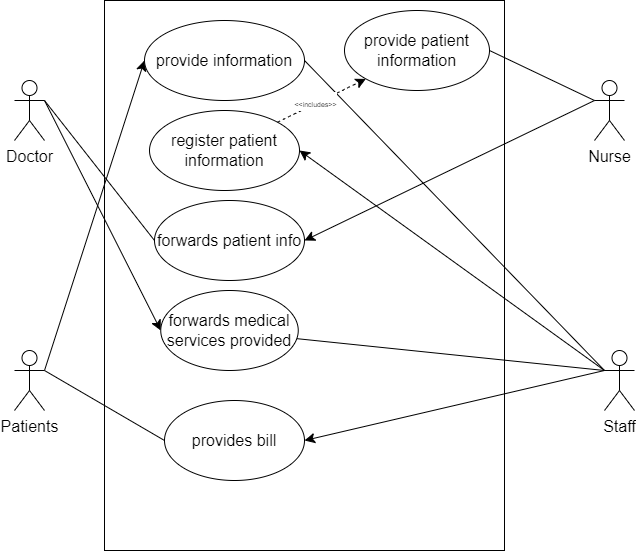
Earlier version of the draw.io export Hospital.drawio.png (prasai-ap/system-modeling). Source tidied: cells renumbered, new cells last; positions are measured from the earlier drawing's top-left corner, leaving out a move shared by most shapes.
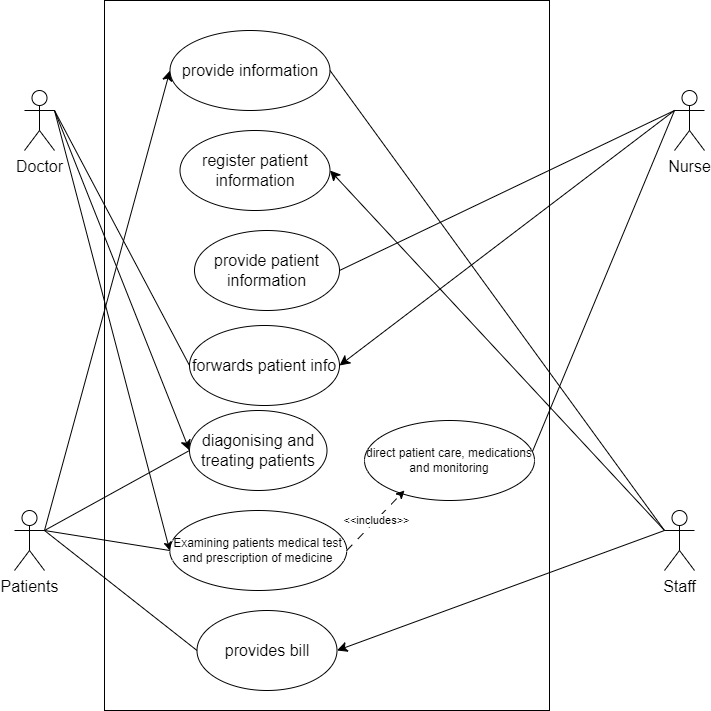
Later version of the same file.

The edit, as a diff of the source:
```diff
@@ -2,70 +2,59 @@
   <root>
     <mxCell id="0" />
     <mxCell id="1" parent="0" />
-    <mxCell id="2" style="rounded=0;whiteSpace=wrap;html=1;fontSize=16;" parent="1" vertex="1">
-      <mxGeometry x="90" width="400" height="550" as="geometry" />
-    </mxCell>
-    <mxCell id="3" style="edgeStyle=none;curved=1;rounded=0;jettySize=auto;html=1;exitX=1;exitY=0.3333333333333333;exitDx=0;exitDy=0;exitPerimeter=0;entryX=0;entryY=0.5;entryDx=0;entryDy=0;fontSize=12;startSize=8;endSize=8;" parent="1" edge="1" source="4" target="20">
-      <mxGeometry relative="1" as="geometry" />
-    </mxCell>
+    <mxCell id="25" style="rounded=0;whiteSpace=wrap;html=1;fontSize=16;" parent="1" vertex="1">
+      <mxGeometry x="110" y="450" width="445" height="710" as="geometry" />
+    </mxCell>
+    <mxCell id="26" style="edgeStyle=none;curved=1;rounded=0;jettySize=auto;html=1;exitX=1;exitY=0.3333333333333333;exitDx=0;exitDy=0;exitPerimeter=0;entryX=0;entryY=0.5;entryDx=0;entryDy=0;fontSize=12;startSize=8;endSize=8;" parent="1" edge="1" source="4" target="27">
+      <mxGeometry relative="1" as="geometry" />
+    </mxCell>
     <mxCell id="4" value="Doctor" style="shape=umlActor;verticalLabelPosition=bottom;verticalAlign=top;html=1;outlineConnect=0;fontSize=16;" parent="1" vertex="1">
-      <mxGeometry y="80" width="30" height="60" as="geometry" />
+      <mxGeometry x="30" y="540" width="30" height="60" as="geometry" />
     </mxCell>
     <mxCell id="5" style="edgeStyle=none;curved=1;rounded=0;jettySize=auto;html=1;exitX=1;exitY=0.3333333333333333;exitDx=0;exitDy=0;exitPerimeter=0;entryX=0;entryY=0.5;entryDx=0;entryDy=0;fontSize=12;startSize=8;endSize=8;" parent="1" edge="1" source="6" target="11">
       <mxGeometry relative="1" as="geometry" />
     </mxCell>
     <mxCell id="6" value="Patients" style="shape=umlActor;verticalLabelPosition=bottom;verticalAlign=top;html=1;outlineConnect=0;fontSize=16;" parent="1" vertex="1">
-      <mxGeometry y="350" width="30" height="60" as="geometry" />
+      <mxGeometry x="20" y="960" width="30" height="60" as="geometry" />
     </mxCell>
     <mxCell id="7" style="edgeStyle=none;curved=1;rounded=0;jettySize=auto;html=1;exitX=0;exitY=0.3333333333333333;exitDx=0;exitDy=0;exitPerimeter=0;entryX=1;entryY=0.5;entryDx=0;entryDy=0;fontSize=12;startSize=8;endSize=8;" parent="1" edge="1" source="8" target="18">
       <mxGeometry relative="1" as="geometry" />
     </mxCell>
     <mxCell id="8" value="Nurse" style="shape=umlActor;verticalLabelPosition=bottom;verticalAlign=top;html=1;outlineConnect=0;fontSize=16;" parent="1" vertex="1">
-      <mxGeometry x="580" y="80" width="30" height="60" as="geometry" />
+      <mxGeometry x="680" y="540" width="30" height="60" as="geometry" />
     </mxCell>
     <mxCell id="9" style="edgeStyle=none;curved=1;rounded=0;jettySize=auto;html=1;exitX=0;exitY=0.3333333333333333;exitDx=0;exitDy=0;exitPerimeter=0;entryX=1;entryY=0.5;entryDx=0;entryDy=0;fontSize=12;startSize=8;endSize=8;" parent="1" edge="1" source="10" target="12">
       <mxGeometry relative="1" as="geometry" />
     </mxCell>
     <mxCell id="10" value="Staff" style="shape=umlActor;verticalLabelPosition=bottom;verticalAlign=top;html=1;outlineConnect=0;fontSize=16;" parent="1" vertex="1">
-      <mxGeometry x="590" y="350" width="30" height="60" as="geometry" />
+      <mxGeometry x="670" y="960" width="30" height="60" as="geometry" />
     </mxCell>
     <mxCell id="11" value="provide information" style="ellipse;whiteSpace=wrap;html=1;fontSize=16;" parent="1" vertex="1">
-      <mxGeometry x="130" y="20" width="160" height="80" as="geometry" />
+      <mxGeometry x="175.5" y="480" width="160" height="80" as="geometry" />
     </mxCell>
     <mxCell id="12" value="register patient information" style="ellipse;whiteSpace=wrap;html=1;fontSize=16;" parent="1" vertex="1">
-      <mxGeometry x="135" y="110" width="150" height="80" as="geometry" />
+      <mxGeometry x="185.5" y="580" width="150" height="80" as="geometry" />
     </mxCell>
     <mxCell id="13" style="endArrow=none;html=1;rounded=0;fontSize=12;startSize=8;endSize=8;curved=1;exitX=1;exitY=0.5;exitDx=0;exitDy=0;entryX=0;entryY=0.3333333333333333;entryDx=0;entryDy=0;entryPerimeter=0;" parent="1" edge="1" source="11" target="10">
       <mxGeometry relative="1" as="geometry" />
     </mxCell>
     <mxCell id="14" value="provide patient information" style="ellipse;whiteSpace=wrap;html=1;fontSize=16;" parent="1" vertex="1">
-      <mxGeometry x="330" y="10" width="145" height="80" as="geometry" />
+      <mxGeometry x="200" y="680" width="145" height="80" as="geometry" />
     </mxCell>
-    <mxCell id="15" style="endArrow=classic;html=1;rounded=0;fontSize=12;startSize=8;endSize=8;curved=1;exitX=1;exitY=0;exitDx=0;exitDy=0;entryX=0;entryY=1;entryDx=0;entryDy=0;dashed=1;" parent="1" edge="1" source="12" target="14">
-      <mxGeometry relative="1" as="geometry" />
-    </mxCell>
-    <mxCell id="16" value="&lt;font style=&quot;font-size: 7px;&quot;&gt;&amp;lt;&amp;lt;includes&amp;gt;&amp;gt;&lt;/font&gt;" style="edgeLabel;html=1;align=center;verticalAlign=middle;fontSize=16;" parent="15" vertex="1">
-      <mxGeometry relative="1" as="geometry">
-        <mxPoint x="-7" as="offset" />
-      </mxGeometry>
-    </mxCell>
     <mxCell id="17" style="endArrow=none;html=1;rounded=0;fontSize=12;startSize=8;endSize=8;curved=1;exitX=1;exitY=0.5;exitDx=0;exitDy=0;entryX=0;entryY=0.3333333333333333;entryDx=0;entryDy=0;entryPerimeter=0;" parent="1" edge="1" source="14" target="8">
       <mxGeometry relative="1" as="geometry" />
     </mxCell>
     <mxCell id="18" value="forwards patient info" style="ellipse;whiteSpace=wrap;html=1;fontSize=16;" parent="1" vertex="1">
-      <mxGeometry x="140" y="200" width="150" height="80" as="geometry" />
+      <mxGeometry x="195" y="775" width="150" height="80" as="geometry" />
     </mxCell>
     <mxCell id="19" style="endArrow=none;html=1;rounded=0;fontSize=12;startSize=8;endSize=8;curved=1;exitX=1;exitY=0.3333333333333333;exitDx=0;exitDy=0;exitPerimeter=0;entryX=0;entryY=0.5;entryDx=0;entryDy=0;" parent="1" edge="1" source="4" target="18">
       <mxGeometry relative="1" as="geometry" />
     </mxCell>
-    <mxCell id="20" value="forwards medical services provided" style="ellipse;whiteSpace=wrap;html=1;fontSize=16;" parent="1" vertex="1">
-      <mxGeometry x="146.2" y="290" width="137.5" height="80" as="geometry" />
-    </mxCell>
-    <mxCell id="21" style="endArrow=none;html=1;rounded=0;fontSize=12;startSize=8;endSize=8;curved=1;exitX=0.99;exitY=0.602;exitDx=0;exitDy=0;exitPerimeter=0;entryX=0;entryY=0.3333333333333333;entryDx=0;entryDy=0;entryPerimeter=0;" parent="1" edge="1" source="20" target="10">
-      <mxGeometry relative="1" as="geometry" />
-    </mxCell>
+    <mxCell id="27" value="diagonising and treating patients" style="ellipse;whiteSpace=wrap;html=1;fontSize=16;" parent="1" vertex="1">
+      <mxGeometry x="195" y="860" width="137.5" height="80" as="geometry" />
+    </mxCell>
     <mxCell id="22" value="provides bill" style="ellipse;whiteSpace=wrap;html=1;fontSize=16;" parent="1" vertex="1">
-      <mxGeometry x="150" y="400" width="140" height="80" as="geometry" />
+      <mxGeometry x="202.5" y="1060" width="140" height="80" as="geometry" />
     </mxCell>
     <mxCell id="23" style="endArrow=classic;html=1;rounded=0;fontSize=12;startSize=8;endSize=8;curved=1;exitX=0;exitY=0.3333333333333333;exitDx=0;exitDy=0;exitPerimeter=0;entryX=1;entryY=0.5;entryDx=0;entryDy=0;" parent="1" edge="1" source="10" target="22">
       <mxGeometry relative="1" as="geometry" />
@@ -73,5 +62,29 @@
     <mxCell id="24" style="endArrow=none;html=1;rounded=0;fontSize=12;startSize=8;endSize=8;curved=1;exitX=0;exitY=0.5;exitDx=0;exitDy=0;entryX=1;entryY=0.3333333333333333;entryDx=0;entryDy=0;entryPerimeter=0;" parent="1" edge="1" source="22" target="6">
       <mxGeometry relative="1" as="geometry" />
     </mxCell>
+    <mxCell id="28" style="endArrow=none;html=1;rounded=0;exitX=1;exitY=0.3333333333333333;exitDx=0;exitDy=0;exitPerimeter=0;entryX=0;entryY=0.5;entryDx=0;entryDy=0;" parent="1" edge="1" source="6" target="27">
+      <mxGeometry relative="1" as="geometry" />
+    </mxCell>
+    <mxCell id="29" value="Examining patients medical test and prescription of medicine" style="ellipse;whiteSpace=wrap;html=1;" parent="1" vertex="1">
+      <mxGeometry x="175.2" y="960" width="177" height="80" as="geometry" />
+    </mxCell>
+    <mxCell id="30" style="endArrow=classic;html=1;rounded=0;exitX=1;exitY=0.3333333333333333;exitDx=0;exitDy=0;exitPerimeter=0;entryX=0;entryY=0.5;entryDx=0;entryDy=0;" parent="1" edge="1" source="4" target="29">
+      <mxGeometry relative="1" as="geometry" />
+    </mxCell>
+    <mxCell id="31" value="direct patient care, medications and monitoring" style="ellipse;whiteSpace=wrap;html=1;" parent="1" vertex="1">
+      <mxGeometry x="370" y="870" width="170" height="80" as="geometry" />
+    </mxCell>
+    <mxCell id="32" style="endArrow=classic;html=1;rounded=0;exitX=1;exitY=0.5;exitDx=0;exitDy=0;entryX=0.235;entryY=0.875;entryDx=0;entryDy=0;entryPerimeter=0;dashed=1;dashPattern=8 8;" parent="1" edge="1" source="29" target="31">
+      <mxGeometry relative="1" as="geometry" />
+    </mxCell>
+    <mxCell id="16" value="&amp;lt;&amp;lt;includes&amp;gt;&amp;gt;" style="edgeLabel;html=1;align=center;verticalAlign=middle;" parent="32" vertex="1">
+      <mxGeometry relative="1" as="geometry" />
+    </mxCell>
+    <mxCell id="33" style="endArrow=none;html=1;rounded=0;exitX=0.988;exitY=0.388;exitDx=0;exitDy=0;exitPerimeter=0;entryX=0;entryY=0.3333333333333333;entryDx=0;entryDy=0;entryPerimeter=0;" parent="1" edge="1" source="31" target="8">
+      <mxGeometry relative="1" as="geometry" />
+    </mxCell>
+    <mxCell id="34" style="endArrow=none;html=1;rounded=0;exitX=1;exitY=0.3333333333333333;exitDx=0;exitDy=0;exitPerimeter=0;entryX=0;entryY=0.5;entryDx=0;entryDy=0;" parent="1" edge="1" source="6" target="29">
+      <mxGeometry relative="1" as="geometry" />
+    </mxCell>
   </root>
 </mxGraphModel>
```
